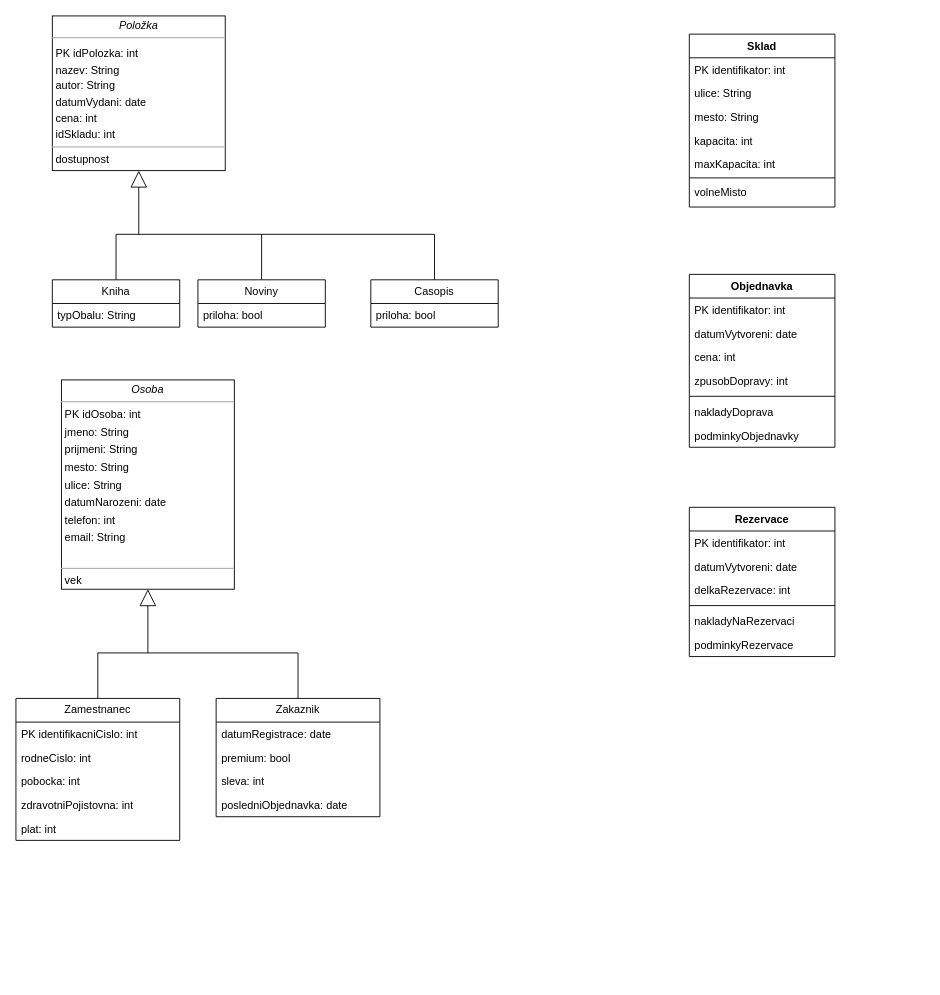
Before: antikvariat.drawio in martez10/antikvariat, a draw.io diagram. Source tidied: cells renumbered, new cells numbered last; positions are measured from the earlier drawing's top-left corner, leaving out a move shared by most shapes. Both pictures are drawn from the tidied source at 91%, with x=0, y=0 at pixel (15, 15).
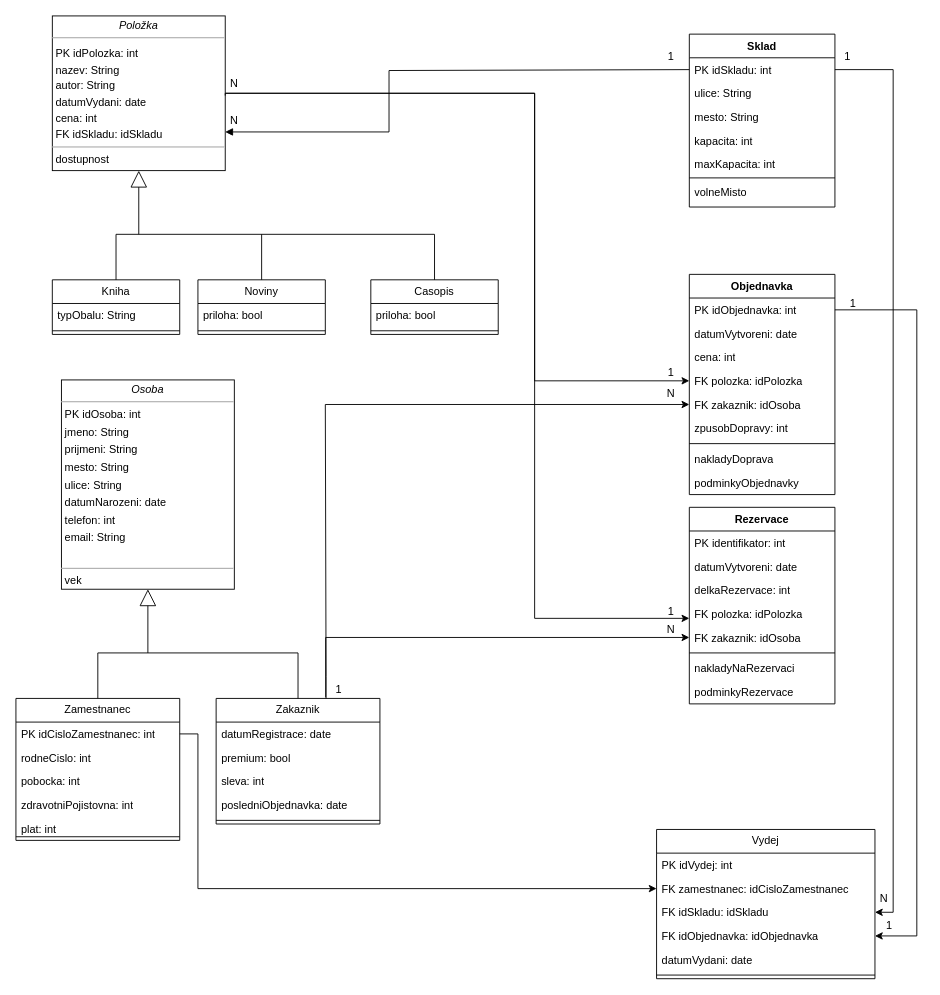
The same page after the edit.

The change refers to these unchanged cells:
```xml
<mxCell id="15" value="Zamestnanec" style="swimlane;fontStyle=0;horizontal=1;startSize=26;fillColor=none;whiteSpace=wrap;html=1;" parent="1" vertex="1">
  <mxGeometry y="750" width="180" height="156" as="geometry" />
</mxCell>
<mxCell id="30" value="Sklad" style="swimlane;fontStyle=1;align=center;verticalAlign=top;horizontal=1;startSize=26;whiteSpace=wrap;html=1;" parent="1" vertex="1">
  <mxGeometry x="740" y="20" width="160" height="190" as="geometry" />
</mxCell>
```

The edit, as a diff of the source:
```diff
@@
+    <mxCell id="53" style="edgeStyle=orthogonalEdgeStyle;rounded=0;jettySize=auto;html=1;exitX=1;exitY=0.5;exitDx=0;exitDy=0;entryX=0;entryY=0.5;entryDx=0;entryDy=0;" parent="1" edge="1" source="2" target="59">
+      <mxGeometry relative="1" as="geometry">
+        <Array as="points">
+          <mxPoint x="570" y="85" />
+          <mxPoint x="570" y="401" />
+        </Array>
+      </mxGeometry>
+    </mxCell>
-    <mxCell id="2" value="&lt;p style=&quot;margin:0px;margin-top:4px;text-align:center;&quot;&gt;&lt;font style=&quot;font-size: 12px;&quot;&gt;&lt;i&gt;Položka&lt;/i&gt;&lt;br&gt;&lt;/font&gt;&lt;/p&gt;&lt;hr size=&quot;1&quot;&gt;&lt;p style=&quot;margin:0px;margin-left:4px;&quot;&gt;&lt;sub&gt;&lt;font style=&quot;font-size: 12px;&quot;&gt;PK idPolozka: int&lt;/font&gt;&lt;/sub&gt;&lt;/p&gt;&lt;p style=&quot;margin:0px;margin-left:4px;&quot;&gt;&lt;sub&gt;&lt;font style=&quot;font-size: 12px;&quot;&gt;nazev: String&lt;/font&gt;&lt;/sub&gt;&lt;/p&gt;&lt;p style=&quot;margin:0px;margin-left:4px;&quot;&gt;&lt;sub&gt;&lt;font style=&quot;font-size: 12px;&quot;&gt;autor: String&lt;/font&gt;&lt;/sub&gt;&lt;/p&gt;&lt;p style=&quot;margin:0px;margin-left:4px;&quot;&gt;&lt;sub&gt;&lt;font style=&quot;font-size: 12px;&quot;&gt;datumVydani: date&lt;/font&gt;&lt;/sub&gt;&lt;/p&gt;&lt;p style=&quot;margin:0px;margin-left:4px;&quot;&gt;&lt;sub&gt;&lt;font style=&quot;font-size: 12px;&quot;&gt;cena: int&lt;/font&gt;&lt;/sub&gt;&lt;/p&gt;&lt;p style=&quot;margin:0px;margin-left:4px;&quot;&gt;&lt;sub&gt;&lt;font style=&quot;font-size: 12px;&quot;&gt;idSkladu: int&lt;/font&gt;&lt;/sub&gt;&lt;/p&gt;&lt;hr size=&quot;1&quot;&gt;&lt;p style=&quot;margin:0px;margin-left:4px;&quot;&gt;dostupnost&lt;/p&gt;" style="verticalAlign=top;align=left;overflow=fill;fontSize=12;fontFamily=Helvetica;html=1;rounded=0;shadow=0;comic=0;labelBackgroundColor=none;strokeWidth=1;" parent="1" vertex="1">
+    <mxCell id="2" value="&lt;p style=&quot;margin:0px;margin-top:4px;text-align:center;&quot;&gt;&lt;font style=&quot;font-size: 12px;&quot;&gt;&lt;i&gt;Položka&lt;/i&gt;&lt;br&gt;&lt;/font&gt;&lt;/p&gt;&lt;hr size=&quot;1&quot;&gt;&lt;p style=&quot;margin:0px;margin-left:4px;&quot;&gt;&lt;sub&gt;&lt;font style=&quot;font-size: 12px;&quot;&gt;PK idPolozka: int&lt;/font&gt;&lt;/sub&gt;&lt;/p&gt;&lt;p style=&quot;margin:0px;margin-left:4px;&quot;&gt;&lt;sub&gt;&lt;font style=&quot;font-size: 12px;&quot;&gt;nazev: String&lt;/font&gt;&lt;/sub&gt;&lt;/p&gt;&lt;p style=&quot;margin:0px;margin-left:4px;&quot;&gt;&lt;sub&gt;&lt;font style=&quot;font-size: 12px;&quot;&gt;autor: String&lt;/font&gt;&lt;/sub&gt;&lt;/p&gt;&lt;p style=&quot;margin:0px;margin-left:4px;&quot;&gt;&lt;sub&gt;&lt;font style=&quot;font-size: 12px;&quot;&gt;datumVydani: date&lt;/font&gt;&lt;/sub&gt;&lt;/p&gt;&lt;p style=&quot;margin:0px;margin-left:4px;&quot;&gt;&lt;sub&gt;&lt;font style=&quot;font-size: 12px;&quot;&gt;cena: int&lt;/font&gt;&lt;/sub&gt;&lt;/p&gt;&lt;p style=&quot;margin:0px;margin-left:4px;&quot;&gt;&lt;sub&gt;&lt;font style=&quot;font-size: 12px;&quot;&gt;FK idSkladu: idSkladu&lt;/font&gt;&lt;/sub&gt;&lt;/p&gt;&lt;hr size=&quot;1&quot;&gt;&lt;p style=&quot;margin:0px;margin-left:4px;&quot;&gt;dostupnost&lt;/p&gt;" style="verticalAlign=top;align=left;overflow=fill;fontSize=12;fontFamily=Helvetica;html=1;rounded=0;shadow=0;comic=0;labelBackgroundColor=none;strokeWidth=1;" parent="1" vertex="1">
       <mxGeometry x="40" width="190" height="170" as="geometry" />
     </mxCell>
     <mxCell id="3" value="Kniha" style="swimlane;fontStyle=0;horizontal=1;startSize=26;fillColor=none;whiteSpace=wrap;html=1;" parent="1" vertex="1">
-      <mxGeometry x="40" y="290" width="140" height="52" as="geometry" />
+      <mxGeometry x="40" y="290" width="140" height="60" as="geometry" />
     </mxCell>
@@
+    <mxCell id="54" style="line;strokeWidth=1;fillColor=none;align=left;verticalAlign=middle;spacingTop=-1;spacingLeft=3;spacingRight=3;labelPosition=right;strokeColor=inherit;" parent="3" vertex="1">
+      <mxGeometry y="52" width="140" height="8" as="geometry" />
+    </mxCell>
     <mxCell id="5" value="Noviny" style="swimlane;fontStyle=0;horizontal=1;startSize=26;fillColor=none;whiteSpace=wrap;html=1;" parent="1" vertex="1">
-      <mxGeometry x="200" y="290" width="140" height="52" as="geometry" />
+      <mxGeometry x="200" y="290" width="140" height="60" as="geometry" />
     </mxCell>
@@
+    <mxCell id="55" style="line;strokeWidth=1;fillColor=none;align=left;verticalAlign=middle;spacingTop=-1;spacingLeft=3;spacingRight=3;labelPosition=right;strokeColor=inherit;" parent="5" vertex="1">
+      <mxGeometry y="52" width="140" height="8" as="geometry" />
+    </mxCell>
     <mxCell id="7" value="Casopis" style="swimlane;fontStyle=0;horizontal=1;startSize=26;fillColor=none;whiteSpace=wrap;html=1;" parent="1" vertex="1">
-      <mxGeometry x="390" y="290" width="140" height="52" as="geometry" />
+      <mxGeometry x="390" y="290" width="140" height="60" as="geometry" />
     </mxCell>
@@
+    <mxCell id="56" style="line;strokeWidth=1;fillColor=none;align=left;verticalAlign=middle;spacingTop=-1;spacingLeft=3;spacingRight=3;labelPosition=right;strokeColor=inherit;" parent="7" vertex="1">
+      <mxGeometry y="52" width="140" height="8" as="geometry" />
+    </mxCell>
@@
-    <mxCell id="16" value="PK identifikacniCislo: int" style="text;strokeColor=none;fillColor=none;align=left;verticalAlign=top;spacingLeft=4;spacingRight=4;overflow=hidden;points=[[0,0.5],[1,0.5]];portConstraint=eastwest;whiteSpace=wrap;html=1;" parent="15" vertex="1">
+    <mxCell id="16" value="PK idCisloZamestnanec: int" style="text;strokeColor=none;fillColor=none;align=left;verticalAlign=top;spacingLeft=4;spacingRight=4;overflow=hidden;points=[[0,0.5],[1,0.5]];portConstraint=eastwest;whiteSpace=wrap;html=1;" parent="15" vertex="1">
       <mxGeometry y="26" width="180" height="26" as="geometry" />
     </mxCell>
@@
+    <mxCell id="57" style="edgeStyle=orthogonalEdgeStyle;rounded=0;jettySize=auto;html=1;entryX=0;entryY=0.5;entryDx=0;entryDy=0;exitX=0.669;exitY=-0.009;exitDx=0;exitDy=0;exitPerimeter=0;" parent="1" edge="1" source="21" target="62">
+      <mxGeometry relative="1" as="geometry" />
+    </mxCell>
     <mxCell id="21" value="Zakaznik" style="swimlane;fontStyle=0;horizontal=1;startSize=26;fillColor=none;whiteSpace=wrap;html=1;" parent="1" vertex="1">
-      <mxGeometry x="220" y="750" width="180" height="130" as="geometry" />
+      <mxGeometry x="220" y="750" width="180" height="138" as="geometry" />
     </mxCell>
@@
+    <mxCell id="58" style="line;strokeWidth=1;fillColor=none;align=left;verticalAlign=middle;spacingTop=-1;spacingLeft=3;spacingRight=3;labelPosition=right;strokeColor=inherit;" parent="21" vertex="1">
+      <mxGeometry y="130" width="180" height="8" as="geometry" />
+    </mxCell>
@@
-    <mxCell id="31" value="PK identifikator: int&lt;br&gt;" style="text;strokeColor=none;fillColor=none;align=left;verticalAlign=top;spacingLeft=4;spacingRight=4;overflow=hidden;points=[[0,0.5],[1,0.5]];portConstraint=eastwest;whiteSpace=wrap;html=1;" parent="30" vertex="1">
+    <mxCell id="31" value="PK idSkladu: int" style="text;strokeColor=none;fillColor=none;align=left;verticalAlign=top;spacingLeft=4;spacingRight=4;overflow=hidden;points=[[0,0.5],[1,0.5]];portConstraint=eastwest;whiteSpace=wrap;html=1;" parent="30" vertex="1">
       <mxGeometry y="26" width="160" height="26" as="geometry" />
     </mxCell>
@@
     <mxCell id="38" value="Objednavka" style="swimlane;fontStyle=1;align=center;verticalAlign=top;horizontal=1;startSize=26;whiteSpace=wrap;html=1;" parent="1" vertex="1">
-      <mxGeometry x="740" y="284" width="160" height="190" as="geometry" />
+      <mxGeometry x="740" y="284" width="160" height="242" as="geometry" />
     </mxCell>
-    <mxCell id="39" value="PK identifikator: int&lt;br&gt;" style="text;strokeColor=none;fillColor=none;align=left;verticalAlign=top;spacingLeft=4;spacingRight=4;overflow=hidden;points=[[0,0.5],[1,0.5]];portConstraint=eastwest;whiteSpace=wrap;html=1;" parent="38" vertex="1">
+    <mxCell id="39" value="PK idObjednavka: int" style="text;strokeColor=none;fillColor=none;align=left;verticalAlign=top;spacingLeft=4;spacingRight=4;overflow=hidden;points=[[0,0.5],[1,0.5]];portConstraint=eastwest;whiteSpace=wrap;html=1;" parent="38" vertex="1">
       <mxGeometry y="26" width="160" height="26" as="geometry" />
     </mxCell>
@@
+    <mxCell id="59" value="FK polozka: idPolozka" style="text;strokeColor=none;fillColor=none;align=left;verticalAlign=top;spacingLeft=4;spacingRight=4;overflow=hidden;points=[[0,0.5],[1,0.5]];portConstraint=eastwest;whiteSpace=wrap;html=1;" parent="38" vertex="1">
+      <mxGeometry y="104" width="160" height="26" as="geometry" />
+    </mxCell>
+    <mxCell id="60" value="FK zakaznik: idOsoba" style="text;strokeColor=none;fillColor=none;align=left;verticalAlign=top;spacingLeft=4;spacingRight=4;overflow=hidden;points=[[0,0.5],[1,0.5]];portConstraint=eastwest;whiteSpace=wrap;html=1;" parent="38" vertex="1">
+      <mxGeometry y="130" width="160" height="26" as="geometry" />
+    </mxCell>
     <mxCell id="42" value="zpusobDopravy: int" style="text;strokeColor=none;fillColor=none;align=left;verticalAlign=top;spacingLeft=4;spacingRight=4;overflow=hidden;whiteSpace=wrap;html=1;" parent="38" vertex="1">
-      <mxGeometry y="104" width="160" height="26" as="geometry" />
+      <mxGeometry y="156" width="160" height="26" as="geometry" />
     </mxCell>
     <mxCell id="43" style="line;strokeWidth=1;fillColor=none;align=left;verticalAlign=middle;spacingTop=-1;spacingLeft=3;spacingRight=3;labelPosition=right;strokeColor=inherit;" parent="38" vertex="1">
-      <mxGeometry y="130" width="160" height="8" as="geometry" />
+      <mxGeometry y="182" width="160" height="8" as="geometry" />
     </mxCell>
     <mxCell id="44" value="nakladyDoprava" style="text;strokeColor=none;fillColor=none;align=left;verticalAlign=top;spacingLeft=4;spacingRight=4;overflow=hidden;whiteSpace=wrap;html=1;" parent="38" vertex="1">
-      <mxGeometry y="138" width="160" height="26" as="geometry" />
+      <mxGeometry y="190" width="160" height="26" as="geometry" />
     </mxCell>
     <mxCell id="45" value="podminkyObjednavky" style="text;strokeColor=none;fillColor=none;align=left;verticalAlign=top;spacingLeft=4;spacingRight=4;overflow=hidden;whiteSpace=wrap;html=1;" parent="38" vertex="1">
-      <mxGeometry y="164" width="160" height="26" as="geometry" />
+      <mxGeometry y="216" width="160" height="26" as="geometry" />
     </mxCell>
     <mxCell id="46" value="Rezervace" style="swimlane;fontStyle=1;align=center;verticalAlign=top;horizontal=1;startSize=26;whiteSpace=wrap;html=1;" parent="1" vertex="1">
-      <mxGeometry x="740" y="540" width="160" height="164" as="geometry" />
+      <mxGeometry x="740" y="540" width="160" height="216" as="geometry" />
     </mxCell>
@@
+    <mxCell id="61" value="FK polozka: idPolozka" style="text;strokeColor=none;fillColor=none;align=left;verticalAlign=top;spacingLeft=4;spacingRight=4;overflow=hidden;whiteSpace=wrap;html=1;" parent="46" vertex="1">
+      <mxGeometry y="104" width="160" height="26" as="geometry" />
+    </mxCell>
+    <mxCell id="62" value="FK zakaznik: idOsoba" style="text;strokeColor=none;fillColor=none;align=left;verticalAlign=top;spacingLeft=4;spacingRight=4;overflow=hidden;points=[[0,0.5],[1,0.5]];portConstraint=eastwest;whiteSpace=wrap;html=1;" parent="46" vertex="1">
+      <mxGeometry y="130" width="160" height="26" as="geometry" />
+    </mxCell>
     <mxCell id="50" style="line;strokeWidth=1;fillColor=none;align=left;verticalAlign=middle;spacingTop=-1;spacingLeft=3;spacingRight=3;labelPosition=right;strokeColor=inherit;" parent="46" vertex="1">
-      <mxGeometry y="104" width="160" height="8" as="geometry" />
+      <mxGeometry y="156" width="160" height="8" as="geometry" />
     </mxCell>
     <mxCell id="51" value="nakladyNaRezervaci" style="text;strokeColor=none;fillColor=none;align=left;verticalAlign=top;spacingLeft=4;spacingRight=4;overflow=hidden;whiteSpace=wrap;html=1;" parent="46" vertex="1">
-      <mxGeometry y="112" width="160" height="26" as="geometry" />
+      <mxGeometry y="164" width="160" height="26" as="geometry" />
     </mxCell>
     <mxCell id="52" value="podminkyRezervace" style="text;strokeColor=none;fillColor=none;align=left;verticalAlign=top;spacingLeft=4;spacingRight=4;overflow=hidden;whiteSpace=wrap;html=1;" parent="46" vertex="1">
-      <mxGeometry y="138" width="160" height="26" as="geometry" />
+      <mxGeometry y="190" width="160" height="26" as="geometry" />
     </mxCell>
+    <mxCell id="63" value="N" style="text;html=1;strokeColor=none;fillColor=none;align=center;verticalAlign=middle;whiteSpace=wrap;rounded=0;" parent="1" vertex="1">
+      <mxGeometry x="230" y="60" width="20" height="30" as="geometry" />
+    </mxCell>
+    <mxCell id="64" value="1" style="text;html=1;strokeColor=none;fillColor=none;align=center;verticalAlign=middle;whiteSpace=wrap;rounded=0;" parent="1" vertex="1">
+      <mxGeometry x="690" y="377" width="60" height="30" as="geometry" />
+    </mxCell>
+    <mxCell id="65" value="Vydej" style="swimlane;fontStyle=0;horizontal=1;startSize=26;fillColor=none;whiteSpace=wrap;html=1;" parent="1" vertex="1">
+      <mxGeometry x="704" y="894" width="240" height="164" as="geometry" />
+    </mxCell>
+    <mxCell id="66" value="PK idVydej: int" style="text;strokeColor=none;fillColor=none;align=left;verticalAlign=top;spacingLeft=4;spacingRight=4;overflow=hidden;whiteSpace=wrap;html=1;" parent="65" vertex="1">
+      <mxGeometry y="26" width="240" height="26" as="geometry" />
+    </mxCell>
+    <mxCell id="67" value="FK zamestnanec:&amp;nbsp;idCisloZamestnanec&amp;nbsp;" style="text;strokeColor=none;fillColor=none;align=left;verticalAlign=top;spacingLeft=4;spacingRight=4;overflow=hidden;points=[[0,0.5],[1,0.5]];portConstraint=eastwest;whiteSpace=wrap;html=1;" parent="65" vertex="1">
+      <mxGeometry y="52" width="240" height="26" as="geometry" />
+    </mxCell>
+    <mxCell id="68" value="FK idSkladu: idSkladu" style="text;strokeColor=none;fillColor=none;align=left;verticalAlign=top;spacingLeft=4;spacingRight=4;overflow=hidden;points=[[0,0.5],[1,0.5]];portConstraint=eastwest;whiteSpace=wrap;html=1;" parent="65" vertex="1">
+      <mxGeometry y="78" width="240" height="26" as="geometry" />
+    </mxCell>
+    <mxCell id="69" value="FK idObjednavka: idObjednavka" style="text;strokeColor=none;fillColor=none;align=left;verticalAlign=top;spacingLeft=4;spacingRight=4;overflow=hidden;points=[[0,0.5],[1,0.5]];portConstraint=eastwest;whiteSpace=wrap;html=1;" parent="65" vertex="1">
+      <mxGeometry y="104" width="240" height="26" as="geometry" />
+    </mxCell>
+    <mxCell id="70" value="datumVydani: date" style="text;strokeColor=none;fillColor=none;align=left;verticalAlign=top;spacingLeft=4;spacingRight=4;overflow=hidden;whiteSpace=wrap;html=1;" parent="65" vertex="1">
+      <mxGeometry y="130" width="240" height="26" as="geometry" />
+    </mxCell>
+    <mxCell id="71" style="line;strokeWidth=1;fillColor=none;align=left;verticalAlign=middle;spacingTop=-1;spacingLeft=3;spacingRight=3;labelPosition=right;strokeColor=inherit;" parent="65" vertex="1">
+      <mxGeometry y="156" width="240" height="8" as="geometry" />
+    </mxCell>
+    <mxCell id="72" style="edgeStyle=orthogonalEdgeStyle;rounded=0;orthogonalLoop=1;jettySize=auto;html=1;exitX=0;exitY=0.75;exitDx=0;exitDy=0;entryX=0;entryY=0.5;entryDx=0;entryDy=0;" parent="1" edge="1">
+      <mxGeometry relative="1" as="geometry">
+        <mxPoint x="230" y="87.5" as="sourcePoint" />
+        <mxPoint x="740" y="662" as="targetPoint" />
+        <Array as="points">
+          <mxPoint x="230" y="85" />
+          <mxPoint x="570" y="85" />
+          <mxPoint x="570" y="662" />
+        </Array>
+      </mxGeometry>
+    </mxCell>
+    <mxCell id="73" value="1" style="text;html=1;strokeColor=none;fillColor=none;align=center;verticalAlign=middle;whiteSpace=wrap;rounded=0;" parent="1" vertex="1">
+      <mxGeometry x="690" y="640" width="60" height="30" as="geometry" />
+    </mxCell>
+    <mxCell id="74" value="1" style="text;html=1;strokeColor=none;fillColor=none;align=center;verticalAlign=middle;whiteSpace=wrap;rounded=0;" parent="1" vertex="1">
+      <mxGeometry x="690" y="30" width="60" height="30" as="geometry" />
+    </mxCell>
+    <mxCell id="75" value="N" style="text;html=1;strokeColor=none;fillColor=none;align=center;verticalAlign=middle;whiteSpace=wrap;rounded=0;" parent="1" vertex="1">
+      <mxGeometry x="230" y="100" width="20" height="30" as="geometry" />
+    </mxCell>
+    <mxCell id="76" style="edgeStyle=orthogonalEdgeStyle;rounded=0;jettySize=auto;html=1;exitX=0.671;exitY=0.001;exitDx=0;exitDy=0;entryX=0;entryY=0.5;entryDx=0;entryDy=0;exitPerimeter=0;" parent="1" edge="1" source="21" target="60">
+      <mxGeometry relative="1" as="geometry">
+        <Array as="points">
+          <mxPoint x="341" y="726" />
+          <mxPoint x="340" y="726" />
+          <mxPoint x="340" y="427" />
+        </Array>
+      </mxGeometry>
+    </mxCell>
+    <mxCell id="77" value="1" style="text;html=1;strokeColor=none;fillColor=none;align=center;verticalAlign=middle;whiteSpace=wrap;rounded=0;" parent="1" vertex="1">
+      <mxGeometry x="340" y="726" width="30" height="30" as="geometry" />
+    </mxCell>
+    <mxCell id="78" value="N" style="text;html=1;strokeColor=none;fillColor=none;align=center;verticalAlign=middle;whiteSpace=wrap;rounded=0;" parent="1" vertex="1">
+      <mxGeometry x="710" y="400" width="20" height="30" as="geometry" />
+    </mxCell>
+    <mxCell id="79" value="N" style="text;html=1;strokeColor=none;fillColor=none;align=center;verticalAlign=middle;whiteSpace=wrap;rounded=0;" parent="1" vertex="1">
+      <mxGeometry x="710" y="660" width="20" height="30" as="geometry" />
+    </mxCell>
+    <mxCell id="80" style="endArrow=block;endFill=1;html=1;edgeStyle=orthogonalEdgeStyle;align=left;verticalAlign=top;rounded=0;exitX=0;exitY=0.5;exitDx=0;exitDy=0;entryX=1;entryY=0.75;entryDx=0;entryDy=0;" parent="1" edge="1" source="31" target="2">
+      <mxGeometry x="-1" relative="1" as="geometry">
+        <Array as="points">
+          <mxPoint x="410" y="60" />
+          <mxPoint x="410" y="127" />
+        </Array>
+      </mxGeometry>
+    </mxCell>
+    <mxCell id="81" style="edgeStyle=orthogonalEdgeStyle;rounded=0;jettySize=auto;html=1;exitX=1;exitY=0.5;exitDx=0;exitDy=0;entryX=0;entryY=0.5;entryDx=0;entryDy=0;" parent="1" edge="1" source="16" target="67">
+      <mxGeometry relative="1" as="geometry">
+        <Array as="points">
+          <mxPoint x="200" y="789" />
+          <mxPoint x="200" y="959" />
+          <mxPoint x="700" y="959" />
+        </Array>
+      </mxGeometry>
+    </mxCell>
+    <mxCell id="82" style="edgeStyle=orthogonalEdgeStyle;rounded=0;jettySize=auto;html=1;exitX=1;exitY=0.5;exitDx=0;exitDy=0;entryX=1;entryY=0.5;entryDx=0;entryDy=0;" parent="1" edge="1" source="31" target="68">
+      <mxGeometry relative="1" as="geometry" />
+    </mxCell>
+    <mxCell id="83" style="edgeStyle=orthogonalEdgeStyle;rounded=0;jettySize=auto;html=1;exitX=1;exitY=0.5;exitDx=0;exitDy=0;entryX=1;entryY=0.5;entryDx=0;entryDy=0;" parent="1" edge="1" source="39" target="69">
+      <mxGeometry relative="1" as="geometry">
+        <Array as="points">
+          <mxPoint x="990" y="323" />
+          <mxPoint x="990" y="1011" />
+        </Array>
+      </mxGeometry>
+    </mxCell>
+    <mxCell id="84" value="1" style="text;html=1;strokeColor=none;fillColor=none;align=center;verticalAlign=middle;whiteSpace=wrap;rounded=0;" parent="1" vertex="1">
+      <mxGeometry x="890" y="301" width="60" height="30" as="geometry" />
+    </mxCell>
+    <mxCell id="85" value="1" style="text;html=1;strokeColor=none;fillColor=none;align=center;verticalAlign=middle;whiteSpace=wrap;rounded=0;" parent="1" vertex="1">
+      <mxGeometry x="930" y="985" width="60" height="30" as="geometry" />
+    </mxCell>
+    <mxCell id="86" value="1" style="text;html=1;strokeColor=none;fillColor=none;align=center;verticalAlign=middle;whiteSpace=wrap;rounded=0;" parent="1" vertex="1">
+      <mxGeometry x="884" y="30" width="60" height="30" as="geometry" />
+    </mxCell>
+    <mxCell id="87" value="N" style="text;html=1;strokeColor=none;fillColor=none;align=center;verticalAlign=middle;whiteSpace=wrap;rounded=0;" parent="1" vertex="1">
+      <mxGeometry x="944" y="955" width="20" height="30" as="geometry" />
+    </mxCell>
+    <mxCell id="88" style="line;strokeWidth=1;fillColor=none;align=left;verticalAlign=middle;spacingTop=-1;spacingLeft=3;spacingRight=3;labelPosition=right;strokeColor=inherit;" parent="1" vertex="1">
+      <mxGeometry y="898" width="180" height="8" as="geometry" />
+    </mxCell>
```
